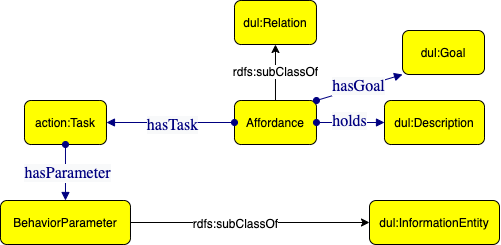
Earlier version of the draw.io export src/Affordance.png (luigi-asprino/MON). Source tidied: cells renumbered, new cells last; positions are measured from the earlier drawing's top-left corner, leaving out a move shared by most shapes.
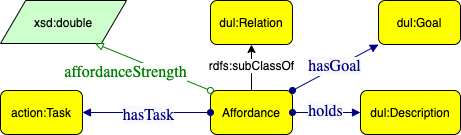
The same diagram one commit later.

Diff of the diagram source:
```diff
@@ -9,7 +9,7 @@
       <mxGeometry x="384" y="100" width="100" height="44" as="geometry" />
     </mxCell>
     <mxCell id="4" value="dul:Relation" style="graphMlID=n4;shape=rect;rounded=1;arcsize=30;fillColor=#ffff00;strokeColor=#000000;strokeWidth=1.0;" parent="1" vertex="1">
-      <mxGeometry x="234" width="82" height="44" as="geometry" />
+      <mxGeometry x="234" y="10" width="82" height="44" as="geometry" />
     </mxCell>
     <mxCell id="5" style="endArrow=classic;html=1;textDirection=ltr;entryX=0.5;entryY=1;entryDx=0;entryDy=0;exitX=0.5;exitY=0;exitDx=0;exitDy=0;" parent="1" edge="1" source="2" target="4">
       <mxGeometry relative="1" as="geometry" />
@@ -28,28 +28,8 @@
     <mxCell id="9" value="&lt;span style=&quot;color: rgb(0 , 0 , 128) ; font-family: &amp;#34;dialog&amp;#34; ; font-size: 16px ; background-color: rgb(248 , 249 , 250)&quot;&gt;hasTask&lt;/span&gt;" style="text;html=1;align=center;verticalAlign=middle;labelBackgroundColor=#ffffff;" parent="8" vertex="1">
       <mxGeometry x="-0.02" y="2" relative="1" as="geometry" />
     </mxCell>
-    <mxCell id="10" value="BehaviorParameter" style="graphMlID=n4;shape=rect;rounded=1;arcsize=30;fillColor=#ffff00;strokeColor=#000000;strokeWidth=1.0;" parent="1" vertex="1">
-      <mxGeometry y="200" width="130" height="44" as="geometry" />
-    </mxCell>
-    <mxCell id="11" value="dul:InformationEntity" style="graphMlID=n4;shape=rect;rounded=1;arcsize=30;fillColor=#ffff00;strokeColor=#000000;strokeWidth=1.0;" parent="1" vertex="1">
-      <mxGeometry x="369" y="200" width="130" height="44" as="geometry" />
-    </mxCell>
-    <mxCell id="12" style="endArrow=classic;html=1;textDirection=ltr;entryX=0;entryY=0.5;entryDx=0;entryDy=0;exitX=1;exitY=0.5;exitDx=0;exitDy=0;" parent="1" edge="1" source="10" target="11">
-      <mxGeometry relative="1" as="geometry" />
-    </mxCell>
-    <mxCell id="13" value="rdfs:subClassOf" style="text;html=1;align=center;verticalAlign=middle;labelBackgroundColor=#ffffff;rotation=0;" parent="12" vertex="1">
-      <mxGeometry x="-0.22" relative="1" as="geometry">
-        <mxPoint x="12" as="offset" />
-      </mxGeometry>
-    </mxCell>
-    <mxCell id="14" style="graphMlID=e0;rounded=0;endArrow=block;strokeColor=#000080;strokeWidth=1.0;startArrow=oval;startFill=1;endFill=1;entryX=0.5;entryY=0;entryDx=0;entryDy=0;" parent="1" edge="1" source="7" target="10">
-      <mxGeometry relative="1" as="geometry" />
-    </mxCell>
-    <mxCell id="15" value="&lt;span style=&quot;color: rgb(0 , 0 , 128) ; font-family: &amp;#34;dialog&amp;#34; ; font-size: 16px ; background-color: rgb(248 , 249 , 250)&quot;&gt;hasParameter&lt;/span&gt;" style="text;html=1;align=center;verticalAlign=middle;labelBackgroundColor=#ffffff;" parent="14" vertex="1">
-      <mxGeometry x="-0.02" y="2" relative="1" as="geometry" />
-    </mxCell>
     <mxCell id="16" value="dul:Goal" style="graphMlID=n4;shape=rect;rounded=1;arcsize=30;fillColor=#ffff00;strokeColor=#000000;strokeWidth=1.0;" parent="1" vertex="1">
-      <mxGeometry x="402" y="30" width="82" height="44" as="geometry" />
+      <mxGeometry x="402" y="10" width="82" height="44" as="geometry" />
     </mxCell>
     <mxCell id="17" style="graphMlID=e0;rounded=0;endArrow=block;strokeColor=#000080;strokeWidth=1.0;startArrow=oval;startFill=1;endFill=1;entryX=0;entryY=0.5;entryDx=0;entryDy=0;exitX=1;exitY=0.5;exitDx=0;exitDy=0;" parent="1" edge="1" source="2" target="3">
       <mxGeometry relative="1" as="geometry" />
@@ -63,5 +43,16 @@
     <mxCell id="20" value="&lt;span style=&quot;color: rgb(0 , 0 , 128) ; font-family: &amp;#34;dialog&amp;#34; ; font-size: 16px ; background-color: rgb(248 , 249 , 250)&quot;&gt;hasGoal&lt;/span&gt;" style="text;html=1;align=center;verticalAlign=middle;labelBackgroundColor=#ffffff;" parent="19" vertex="1">
       <mxGeometry x="-0.02" y="2" relative="1" as="geometry" />
     </mxCell>
+    <mxCell id="21" value="xsd:double" style="graphMlID=n6;shape=parallelogram;fillColor=#ccffcc;strokeColor=#000000;strokeWidth=1.0;" parent="1" vertex="1">
+      <mxGeometry x="24" y="10" width="126.1" height="43" as="geometry" />
+    </mxCell>
+    <mxCell id="22" style="graphMlID=e2;rounded=0;endArrow=block;strokeColor=#008000;strokeWidth=1.0;startArrow=oval;startFill=0;endFill=0;exitX=0;exitY=0;exitDx=0;exitDy=0;entryX=0.75;entryY=1;entryDx=0;entryDy=0;" parent="1" edge="1" source="2" target="21">
+      <mxGeometry relative="1" as="geometry" />
+    </mxCell>
+    <mxCell id="23" value="&lt;font color=&quot;#008000&quot; face=&quot;dialog&quot;&gt;&lt;span style=&quot;font-size: 16px&quot;&gt;affordanceStrength&lt;/span&gt;&lt;/font&gt;" style="text;html=1;align=center;verticalAlign=middle;labelBackgroundColor=#ffffff;" parent="22" vertex="1">
+      <mxGeometry x="-0.09" y="3" relative="1" as="geometry">
+        <mxPoint x="-32" as="offset" />
+      </mxGeometry>
+    </mxCell>
   </root>
 </mxGraphModel>
```
